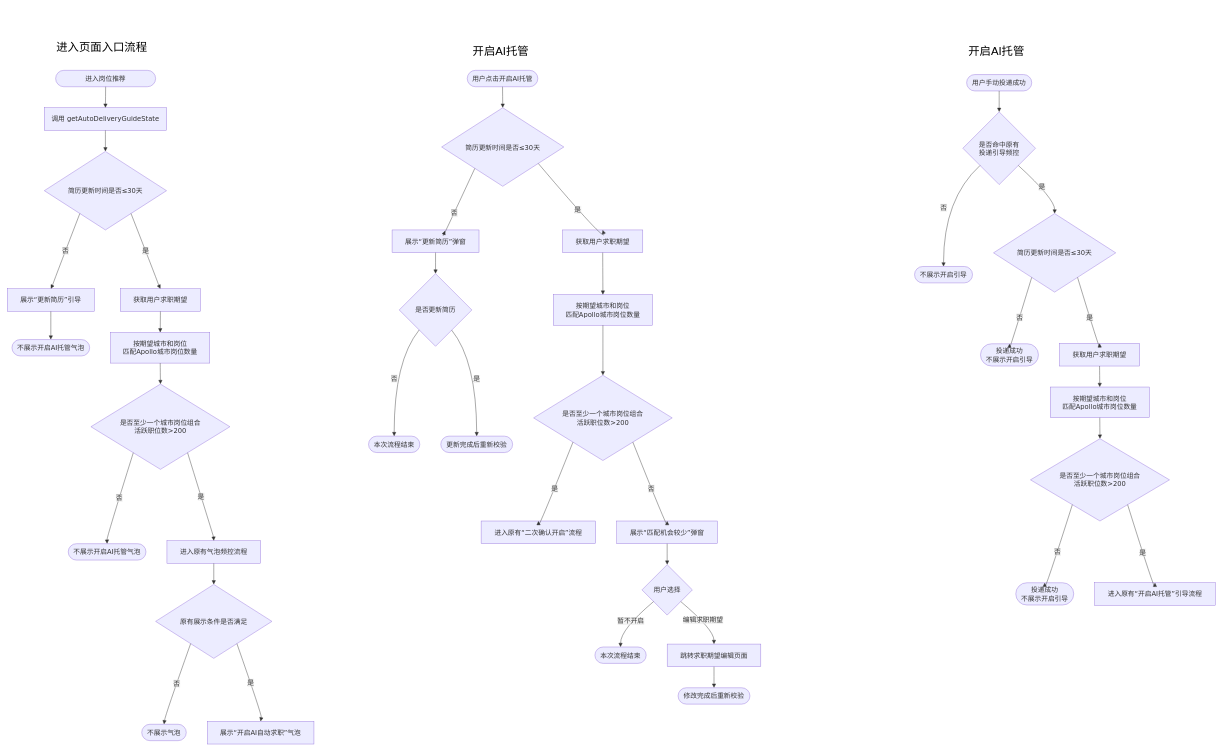
Eiji1422/diagrams keeps this draw.io diagram as 自动投递流程图.drawio. Above is the earlier version. Source tidied: cells renumbered, new cells numbered last; positions are measured from the earlier drawing's top-left corner, leaving out a move shared by most shapes. Both pictures are drawn from the tidied source at 42%, with x=0, y=0 at pixel (7, 7).
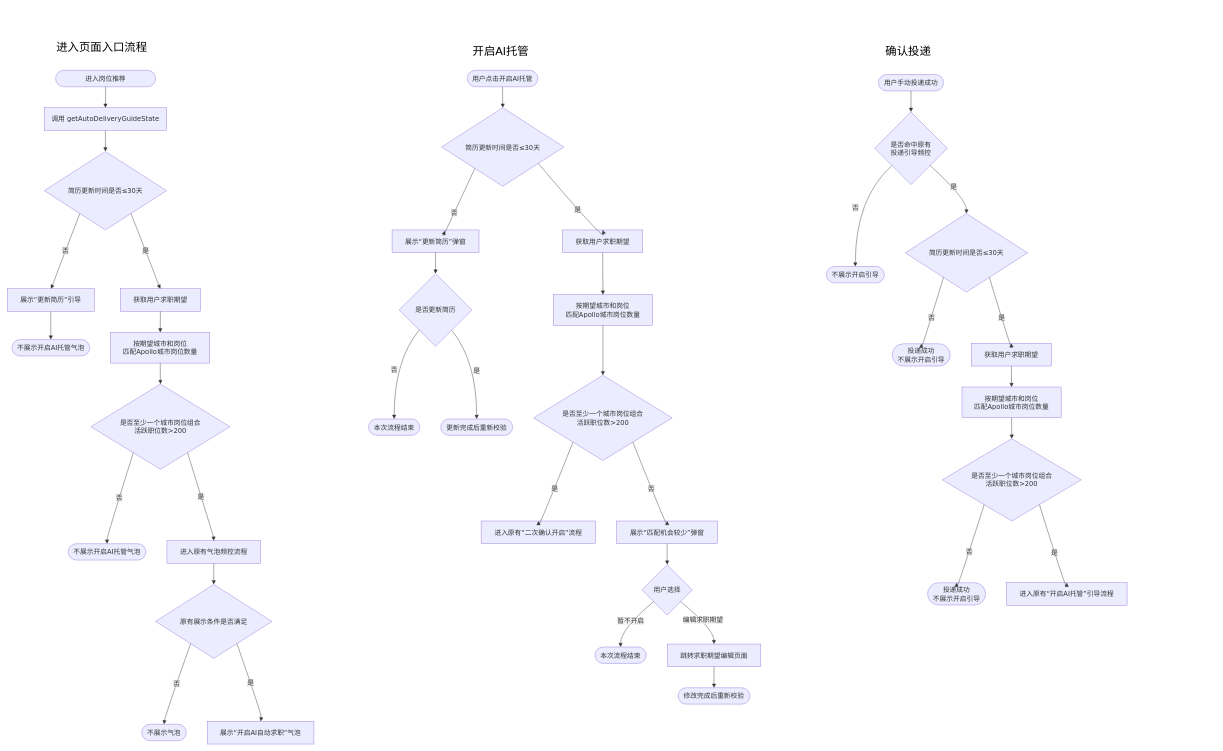
The same page after the edit.

Commit message:
更新自动投递流程图.drawio

The change refers to these unchanged cells:
```xml
<mxCell id="30" style="group;transparentBounds=1;editIcon=1;lockedGroup=0;groupPadding=10;" parent="1" vertex="1">
  <mxGeometry x="350" width="1253" height="1158" as="geometry" />
</mxCell>
<mxCell id="61" style="group;transparentBounds=1;editIcon=1;lockedGroup=0;groupPadding=10;" parent="1" vertex="1">
  <mxGeometry x="350" width="2427" height="1233" as="geometry" />
</mxCell>
```

What changed in the source:
```diff
@@
     <mxCell id="35" value="本次流程结束" style="html=1;rounded=1;whiteSpace=wrap;arcSize=50;strokeWidth=1;fillColor=light-dark(#ECECFF,#1f2020);strokeColor=light-dark(#9370DB,#cccccc);fontColor=light-dark(#333333,#cccccc);fontFamily=Trebuchet MS,Verdana,Arial,sans-serif;fontSize=16;" parent="30" vertex="1">
-      <mxGeometry x="510" y="1021" width="122" height="39" as="geometry" />
+      <mxGeometry x="510" y="980" width="122" height="39" as="geometry" />
     </mxCell>
     <mxCell id="36" value="更新完成后重新校验" style="html=1;rounded=1;whiteSpace=wrap;arcSize=50;strokeWidth=1;fillColor=light-dark(#ECECFF,#1f2020);strokeColor=light-dark(#9370DB,#cccccc);fontColor=light-dark(#333333,#cccccc);fontFamily=Trebuchet MS,Verdana,Arial,sans-serif;fontSize=16;" parent="30" vertex="1">
-      <mxGeometry x="682" y="1021" width="171" height="39" as="geometry" />
+      <mxGeometry x="682" y="980" width="171" height="39" as="geometry" />
     </mxCell>
@@
-    <mxCell id="60" value="&lt;font style=&quot;font-size: 27px;&quot;&gt;开启AI托管&lt;/font&gt;" style="text;html=1;whiteSpace=wrap;strokeColor=none;fillColor=none;align=center;verticalAlign=middle;rounded=0;" parent="1" vertex="1">
-      <mxGeometry x="2220" y="90" width="270" height="30" as="geometry" />
+    <mxCell id="60" value="&lt;span style=&quot;font-size: 27px;&quot;&gt;确认投递&lt;/span&gt;" style="text;html=1;whiteSpace=wrap;strokeColor=none;fillColor=none;align=center;verticalAlign=middle;rounded=0;" parent="1" vertex="1">
+      <mxGeometry x="2010" y="90" width="270" height="30" as="geometry" />
     </mxCell>
@@
     <mxCell id="62" value="用户手动投递成功" style="html=1;rounded=1;whiteSpace=wrap;arcSize=50;strokeWidth=1;fillColor=light-dark(#ECECFF,#1f2020);strokeColor=light-dark(#9370DB,#cccccc);fontColor=light-dark(#333333,#cccccc);fontFamily=Trebuchet MS,Verdana,Arial,sans-serif;fontSize=16;" parent="61" vertex="1">
-      <mxGeometry x="1934" y="160" width="155" height="39" as="geometry" />
+      <mxGeometry x="1724" y="160" width="155" height="39" as="geometry" />
     </mxCell>
     <mxCell id="63" value="是否命中原有&#10;投递引导频控" style="rhombus;html=1;strokeWidth=1;whiteSpace=wrap;fillColor=light-dark(#ECECFF,#1f2020);strokeColor=light-dark(#9370DB,#cccccc);fontColor=light-dark(#333333,#cccccc);fontFamily=Trebuchet MS,Verdana,Arial,sans-serif;fontSize=16;" parent="61" vertex="1">
-      <mxGeometry x="1925" y="249" width="173" height="173" as="geometry" />
+      <mxGeometry x="1715" y="249" width="173" height="173" as="geometry" />
     </mxCell>
     <mxCell id="64" value="不展示开启引导" style="html=1;rounded=1;whiteSpace=wrap;arcSize=50;strokeWidth=1;fillColor=light-dark(#ECECFF,#1f2020);strokeColor=light-dark(#9370DB,#cccccc);fontColor=light-dark(#333333,#cccccc);fontFamily=Trebuchet MS,Verdana,Arial,sans-serif;fontSize=16;" parent="61" vertex="1">
-      <mxGeometry x="1810" y="617" width="138" height="39" as="geometry" />
+      <mxGeometry x="1600" y="617" width="138" height="39" as="geometry" />
     </mxCell>
     <mxCell id="65" value="简历更新时间是否≤30天" style="rhombus;html=1;strokeWidth=1;whiteSpace=wrap;fillColor=light-dark(#ECECFF,#1f2020);strokeColor=light-dark(#9370DB,#cccccc);fontColor=light-dark(#333333,#cccccc);fontFamily=Trebuchet MS,Verdana,Arial,sans-serif;fontSize=16;" parent="61" vertex="1">
-      <mxGeometry x="1998" y="491" width="291" height="187" as="geometry" />
+      <mxGeometry x="1788" y="491" width="291" height="187" as="geometry" />
     </mxCell>
     <mxCell id="66" value="投递成功&#10;不展示开启引导" style="html=1;rounded=1;whiteSpace=wrap;arcSize=50;strokeWidth=1;fillColor=light-dark(#ECECFF,#1f2020);strokeColor=light-dark(#9370DB,#cccccc);fontColor=light-dark(#333333,#cccccc);fontFamily=Trebuchet MS,Verdana,Arial,sans-serif;fontSize=16;" parent="61" vertex="1">
-      <mxGeometry x="1967" y="801" width="138" height="53" as="geometry" />
+      <mxGeometry x="1757" y="801" width="138" height="53" as="geometry" />
     </mxCell>
     <mxCell id="67" value="获取用户求职期望" style="html=1;whiteSpace=wrap;strokeWidth=1;fillColor=light-dark(#ECECFF,#1f2020);strokeColor=light-dark(#9370DB,#cccccc);fontColor=light-dark(#333333,#cccccc);fontFamily=Trebuchet MS,Verdana,Arial,sans-serif;fontSize=16;" parent="61" vertex="1">
-      <mxGeometry x="2155" y="800" width="191" height="54" as="geometry" />
+      <mxGeometry x="1945" y="800" width="191" height="54" as="geometry" />
     </mxCell>
     <mxCell id="68" value="按期望城市和岗位&#10;匹配Apollo城市岗位数量" style="html=1;whiteSpace=wrap;strokeWidth=1;fillColor=light-dark(#ECECFF,#1f2020);strokeColor=light-dark(#9370DB,#cccccc);fontColor=light-dark(#333333,#cccccc);fontFamily=Trebuchet MS,Verdana,Arial,sans-serif;fontSize=16;" parent="61" vertex="1">
-      <mxGeometry x="2133" y="904" width="236" height="73" as="geometry" />
+      <mxGeometry x="1923" y="904" width="236" height="73" as="geometry" />
     </mxCell>
     <mxCell id="69" value="是否至少一个城市岗位组合&#10;活跃职位数&gt;200" style="rhombus;html=1;strokeWidth=1;whiteSpace=wrap;fillColor=light-dark(#ECECFF,#1f2020);strokeColor=light-dark(#9370DB,#cccccc);fontColor=light-dark(#333333,#cccccc);fontFamily=Trebuchet MS,Verdana,Arial,sans-serif;fontSize=16;" parent="61" vertex="1">
-      <mxGeometry x="2086" y="1027" width="331" height="196" as="geometry" />
+      <mxGeometry x="1876" y="1027" width="331" height="196" as="geometry" />
     </mxCell>
     <mxCell id="70" value="投递成功&#10;不展示开启引导" style="html=1;rounded=1;whiteSpace=wrap;arcSize=50;strokeWidth=1;fillColor=light-dark(#ECECFF,#1f2020);strokeColor=light-dark(#9370DB,#cccccc);fontColor=light-dark(#333333,#cccccc);fontFamily=Trebuchet MS,Verdana,Arial,sans-serif;fontSize=16;" parent="61" vertex="1">
-      <mxGeometry x="2051" y="1370" width="138" height="53" as="geometry" />
+      <mxGeometry x="1841" y="1370" width="138" height="53" as="geometry" />
     </mxCell>
     <mxCell id="71" value="进入原有“开启AI托管”引导流程" style="html=1;whiteSpace=wrap;strokeWidth=1;fillColor=light-dark(#ECECFF,#1f2020);strokeColor=light-dark(#9370DB,#cccccc);fontColor=light-dark(#333333,#cccccc);fontFamily=Trebuchet MS,Verdana,Arial,sans-serif;fontSize=16;" parent="61" vertex="1">
-      <mxGeometry x="2239" y="1370" width="287" height="54" as="geometry" />
+      <mxGeometry x="2029" y="1370" width="287" height="54" as="geometry" />
     </mxCell>
@@
     <mxCell id="73" value="否" style="curved=1;startArrow=none;endArrow=block;endSize=7;strokeColor=light-dark(#333333,#cccccc);html=1;fontSize=16;labelBackgroundColor=light-dark(#E8E8E88D,#2a2a2a8D);fontFamily=Trebuchet MS,Verdana,Arial,sans-serif;fontColor=light-dark(#333333,#cccccc);exitX=0;exitY=0.95;entryX=0.5;entryY=0;rounded=0;" parent="61" edge="1" source="63" target="64">
       <mxGeometry relative="1" as="geometry">
         <Array as="points">
-          <mxPoint x="1879" y="456" />
+          <mxPoint x="1669" y="456" />
         </Array>
       </mxGeometry>
     </mxCell>
     <mxCell id="74" value="是" style="curved=1;startArrow=none;endArrow=block;endSize=7;strokeColor=light-dark(#333333,#cccccc);html=1;fontSize=16;labelBackgroundColor=light-dark(#E8E8E88D,#2a2a2a8D);fontFamily=Trebuchet MS,Verdana,Arial,sans-serif;fontColor=light-dark(#333333,#cccccc);exitX=1;exitY=0.95;entryX=0.5;entryY=0;rounded=0;" parent="61" edge="1" source="63" target="65">
       <mxGeometry relative="1" as="geometry">
         <Array as="points">
-          <mxPoint x="2144" y="456" />
+          <mxPoint x="1934" y="456" />
         </Array>
       </mxGeometry>
     </mxCell>
     <mxCell id="75" value="否" style="curved=1;startArrow=none;endArrow=block;endSize=7;strokeColor=light-dark(#333333,#cccccc);html=1;fontSize=16;labelBackgroundColor=light-dark(#E8E8E88D,#2a2a2a8D);fontFamily=Trebuchet MS,Verdana,Arial,sans-serif;fontColor=light-dark(#333333,#cccccc);exitX=0.2;exitY=1;entryX=0.5;entryY=0;rounded=0;" parent="61" edge="1" source="65" target="66">
       <mxGeometry relative="1" as="geometry">
         <Array as="points">
-          <mxPoint x="2036" y="817" />
+          <mxPoint x="1826" y="817" />
         </Array>
       </mxGeometry>
     </mxCell>
     <mxCell id="76" value="是" style="curved=1;startArrow=none;endArrow=block;endSize=7;strokeColor=light-dark(#333333,#cccccc);html=1;fontSize=16;labelBackgroundColor=light-dark(#E8E8E88D,#2a2a2a8D);fontFamily=Trebuchet MS,Verdana,Arial,sans-serif;fontColor=light-dark(#333333,#cccccc);exitX=0.8;exitY=1;entryX=0.5;entryY=0;rounded=0;" parent="61" edge="1" source="65" target="67">
       <mxGeometry relative="1" as="geometry">
         <Array as="points">
-          <mxPoint x="2251" y="817" />
+          <mxPoint x="2041" y="817" />
         </Array>
       </mxGeometry>
     </mxCell>
@@
     <mxCell id="79" value="否" style="curved=1;startArrow=none;endArrow=block;endSize=7;strokeColor=light-dark(#333333,#cccccc);html=1;fontSize=16;labelBackgroundColor=light-dark(#E8E8E88D,#2a2a2a8D);fontFamily=Trebuchet MS,Verdana,Arial,sans-serif;fontColor=light-dark(#333333,#cccccc);exitX=0.17;exitY=1;entryX=0.5;entryY=0;rounded=0;" parent="61" edge="1" source="69" target="70">
       <mxGeometry relative="1" as="geometry">
         <Array as="points">
-          <mxPoint x="2120" y="1391" />
+          <mxPoint x="1910" y="1391" />
         </Array>
       </mxGeometry>
     </mxCell>
     <mxCell id="80" value="是" style="curved=1;startArrow=none;endArrow=block;endSize=7;strokeColor=light-dark(#333333,#cccccc);html=1;fontSize=16;labelBackgroundColor=light-dark(#E8E8E88D,#2a2a2a8D);fontFamily=Trebuchet MS,Verdana,Arial,sans-serif;fontColor=light-dark(#333333,#cccccc);exitX=0.83;exitY=1;entryX=0.5;entryY=0;rounded=0;" parent="61" edge="1" source="69" target="71">
       <mxGeometry relative="1" as="geometry">
         <Array as="points">
-          <mxPoint x="2382" y="1391" />
+          <mxPoint x="2172" y="1391" />
         </Array>
       </mxGeometry>
     </mxCell>
```
